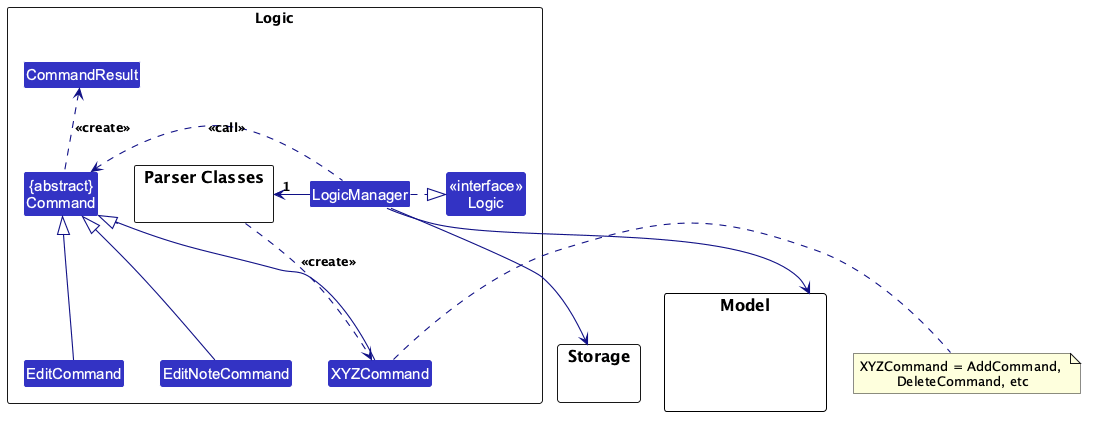
This is docs/images/LogicClassDiagram.png from AY2627S1-CS2103T-F09-1/tp, a PlantUML export, as it was before one commit.
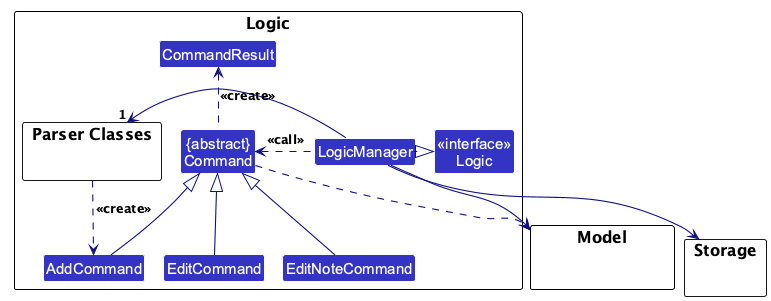
Above is the later version.

Commit message:
Explain Logic using the add command

The edit, as a diff of the source:
```diff
@@ -1,5 +1,6 @@
 @startuml
 !include style.puml
+!pragma layout smetana
 skinparam arrowThickness 1.1
 skinparam arrowColor LOGIC_COLOR_T4
 skinparam classBackgroundColor LOGIC_COLOR
@@ -8,7 +9,7 @@
 
 package "Parser Classes" as ParserClasses{
 }
-Class XYZCommand
+Class AddCommand
 Class EditCommand
 Class EditNoteCommand
 Class CommandResult
@@ -28,16 +29,16 @@
 
 LogicManager .right.|> Logic
 LogicManager -right->"1" ParserClasses
-ParserClasses ..> XYZCommand : <<create>>
+ParserClasses ..> AddCommand : <<create>>
 
-XYZCommand -up-|> Command
+AddCommand -up-|> Command
 EditCommand -up-|> Command
 EditNoteCommand -up-|> Command
 LogicManager .left.> Command : <<call>>
 
 LogicManager --> Model
 LogicManager --> Storage
-note right of XYZCommand: XYZCommand = AddCommand, \nDeleteCommand, etc
+Command ..> Model
 
 Command .up.> CommandResult : <<create>>
 @enduml
```
